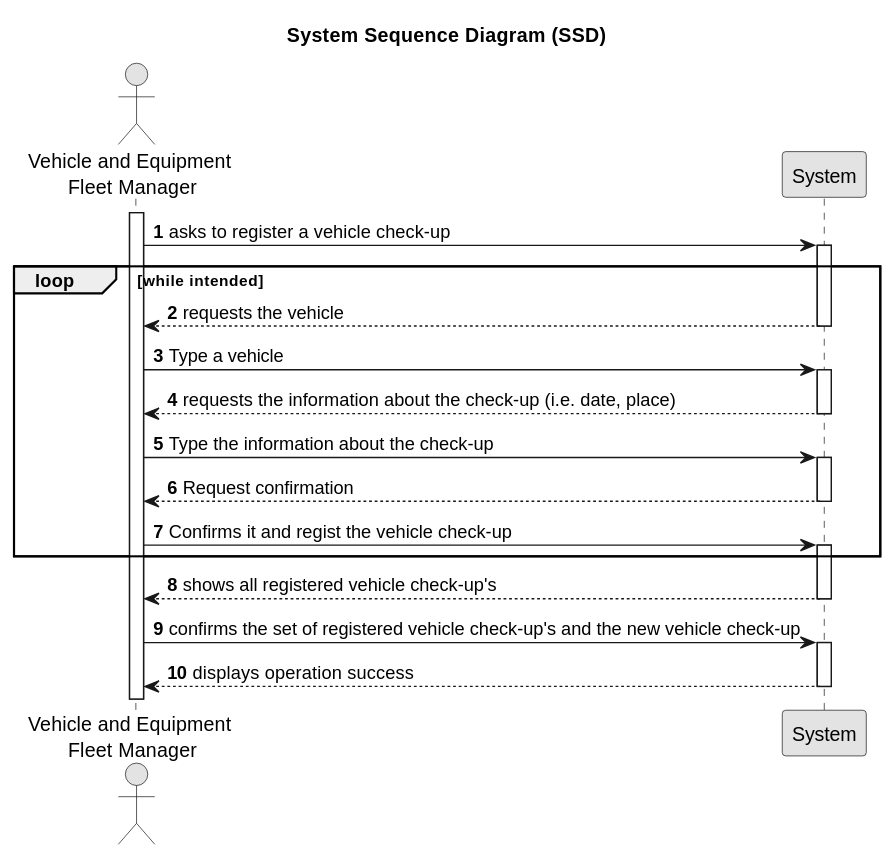
This is docs/sprint2/us007/01.requirements-engineering/svg/us007-system-sequence-diagram-alternative-one.svg from 1231360-ISEP/lei-24-s2-1db-g021, a PlantUML export, as it was before one commit. Its diagram source:
```plantuml
@startuml
skinparam monochrome true
skinparam packageStyle rectangle
skinparam shadowing false

title System Sequence Diagram (SSD)

autonumber

actor "Vehicle and Equipment \nFleet Manager" as VFM
participant "System" as System

activate VFM

    VFM -> System : asks to register a vehicle check-up
    activate System

    loop while intended
            System --> VFM : requests the vehicle
        deactivate System
        VFM -> System : Type a vehicle
        activate System

        System --> VFM : requests the information about the check-up (i.e. date, place)
        deactivate System
        VFM -> System : Type the information about the check-up
        activate System
        System --> VFM : Request confirmation
        deactivate System
        VFM -> System : Confirms it and regist the vehicle check-up
        activate System
    end

        System --> VFM : shows all registered vehicle check-up's
    deactivate System

    VFM -> System : confirms the set of registered vehicle check-up's and the new vehicle check-up
    activate System

    System --> VFM : displays operation success
    deactivate System
@enduml
```
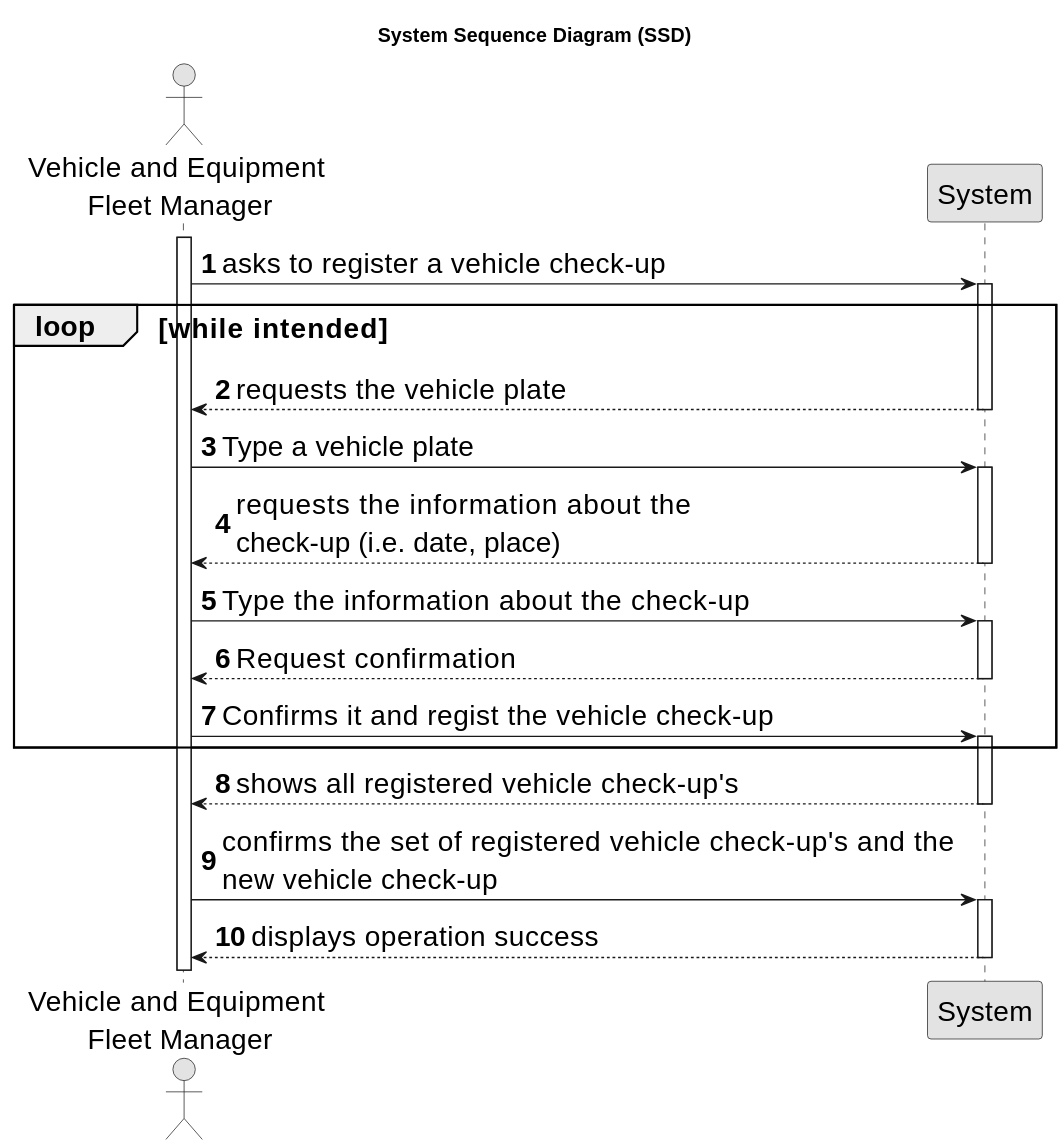
The same file after the commit.

The edit, as a diff of the source:
```diff
@@ -1,4 +1,5 @@
 @startuml
+skinparamlocked defaultFontSize 20
 skinparam monochrome true
 skinparam packageStyle rectangle
 skinparam shadowing false
@@ -16,12 +17,12 @@
     activate System
 
     loop while intended
-            System --> VFM : requests the vehicle
+            System --> VFM : requests the vehicle plate
         deactivate System
-        VFM -> System : Type a vehicle
+        VFM -> System : Type a vehicle plate
         activate System
 
-        System --> VFM : requests the information about the check-up (i.e. date, place)
+        System --> VFM : requests the information about the \ncheck-up (i.e. date, place)
         deactivate System
         VFM -> System : Type the information about the check-up
         activate System
@@ -34,7 +35,7 @@
         System --> VFM : shows all registered vehicle check-up's
     deactivate System
 
-    VFM -> System : confirms the set of registered vehicle check-up's and the new vehicle check-up
+    VFM -> System : confirms the set of registered vehicle check-up's and the \nnew vehicle check-up
     activate System
 
     System --> VFM : displays operation success
```
